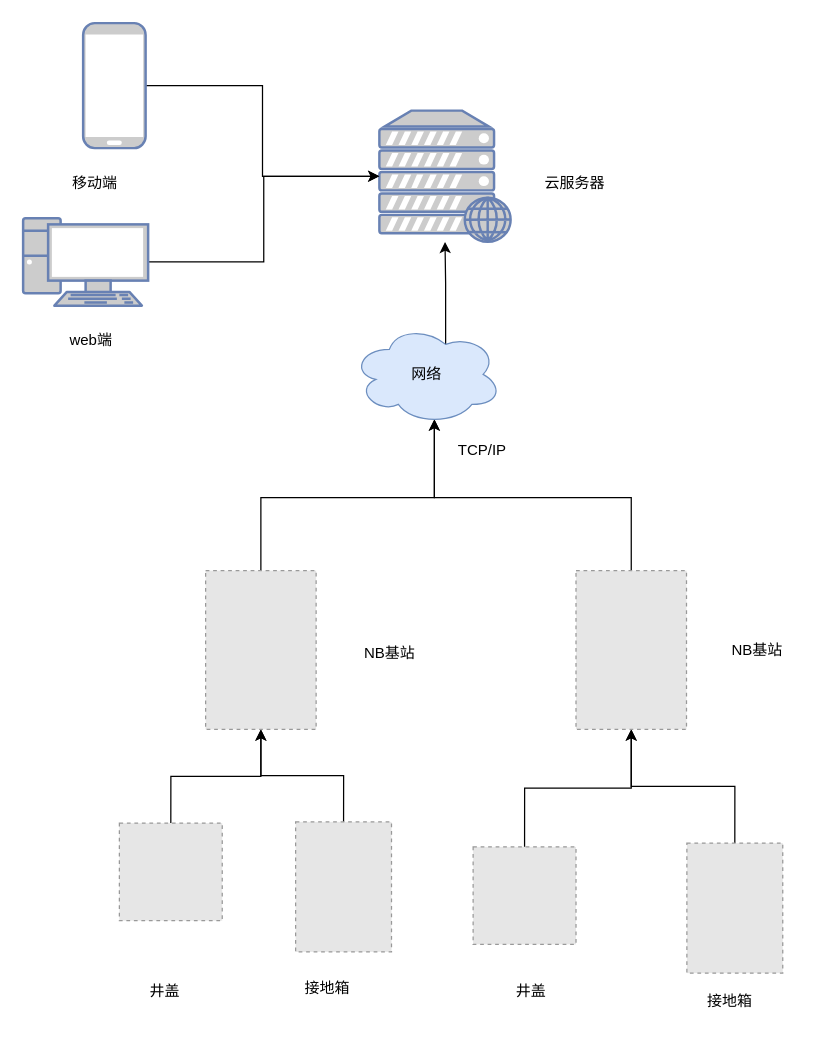
Before: page "拓扑图" (2 of 3) of 模块.drawio in viking-wj/software, a draw.io diagram. Source tidied: cells renumbered, new cells numbered last; positions are measured from the earlier drawing's top-left corner, leaving out a move shared by most shapes. Both pictures are drawn from the tidied source at 125%, with x=0, y=0 at pixel (22, 22). Pictures stored in the file or linked from it are replaced by grey dashed boxes.
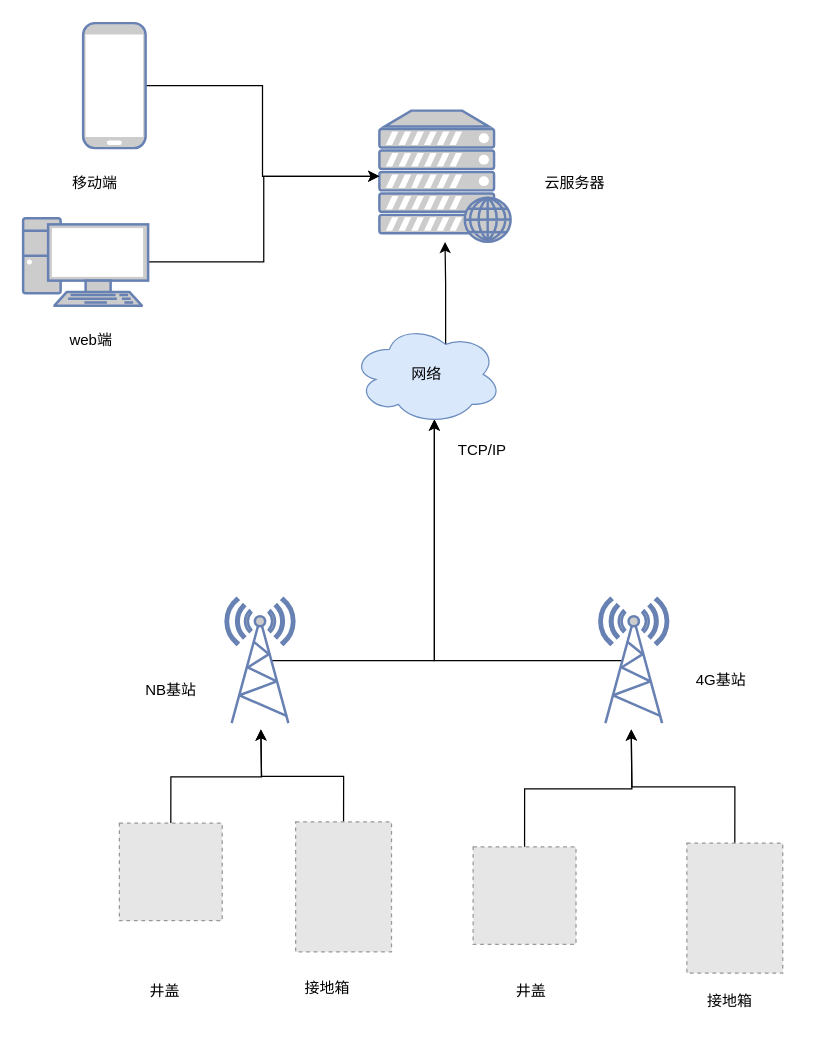
After the change.

Unchanged cells that the change refers to:
```xml
<mxCell id="3" style="fillColor=#E6E6E6;strokeColor=#999999;dashed=1;verticalLabelPosition=bottom;labelBackgroundColor=default;verticalAlign=top;" parent="1" vertex="1">
  <mxGeometry x="77" y="640" width="82.3" height="78" as="geometry" />
</mxCell>
<mxCell id="5" style="fillColor=#E6E6E6;strokeColor=#999999;dashed=1;verticalLabelPosition=bottom;labelBackgroundColor=default;verticalAlign=top;" parent="1" vertex="1">
  <mxGeometry x="218" y="639" width="76.7" height="104" as="geometry" />
</mxCell>
<mxCell id="9" style="fillColor=#E6E6E6;strokeColor=#999999;dashed=1;verticalLabelPosition=bottom;labelBackgroundColor=default;verticalAlign=top;" parent="1" vertex="1">
  <mxGeometry x="360" y="659" width="82.3" height="78" as="geometry" />
</mxCell>
<mxCell id="11" style="fillColor=#E6E6E6;strokeColor=#999999;dashed=1;verticalLabelPosition=bottom;labelBackgroundColor=default;verticalAlign=top;" parent="1" vertex="1">
  <mxGeometry x="531" y="656" width="76.7" height="104" as="geometry" />
</mxCell>
<mxCell id="15" value="网络" style="ellipse;shape=cloud;whiteSpace=wrap;html=1;fillColor=#dae8fc;strokeColor=#6c8ebf;" parent="1" vertex="1">
  <mxGeometry x="263" y="241" width="120" height="80" as="geometry" />
</mxCell>
```

What changed in the source:
```diff
@@
-    <mxCell id="2" style="edgeStyle=orthogonalEdgeStyle;rounded=0;jettySize=auto;html=1;exitX=0.5;exitY=0;exitDx=0;exitDy=0;entryX=0.5;entryY=1;entryDx=0;entryDy=0;" parent="1" edge="1" source="3" target="7">
-      <mxGeometry relative="1" as="geometry" />
+    <mxCell id="2" style="edgeStyle=orthogonalEdgeStyle;rounded=0;jettySize=auto;html=1;exitX=0.5;exitY=0;exitDx=0;exitDy=0;entryX=0.5;entryY=1;entryDx=0;entryDy=0;" parent="1" edge="1" source="3">
+      <mxGeometry relative="1" as="geometry">
+        <mxPoint x="190.2" y="565" as="targetPoint" />
+      </mxGeometry>
     </mxCell>
@@
-    <mxCell id="4" style="edgeStyle=orthogonalEdgeStyle;rounded=0;jettySize=auto;html=1;exitX=0.5;exitY=0;exitDx=0;exitDy=0;" parent="1" edge="1" source="5" target="7">
-      <mxGeometry relative="1" as="geometry" />
+    <mxCell id="4" style="edgeStyle=orthogonalEdgeStyle;rounded=0;jettySize=auto;html=1;exitX=0.5;exitY=0;exitDx=0;exitDy=0;" parent="1" edge="1" source="5">
+      <mxGeometry relative="1" as="geometry">
+        <mxPoint x="190.2" y="565" as="targetPoint" />
+      </mxGeometry>
     </mxCell>
@@
-    <mxCell id="6" style="edgeStyle=orthogonalEdgeStyle;rounded=0;jettySize=auto;html=1;exitX=0.5;exitY=0;exitDx=0;exitDy=0;entryX=0.55;entryY=0.95;entryDx=0;entryDy=0;entryPerimeter=0;" parent="1" edge="1" source="7" target="15">
+    <mxCell id="6" style="edgeStyle=orthogonalEdgeStyle;rounded=0;jettySize=auto;html=1;exitX=0.67;exitY=0.5;exitDx=0;exitDy=0;entryX=0.55;entryY=0.95;entryDx=0;entryDy=0;entryPerimeter=0;exitPerimeter=0;" parent="1" edge="1" source="31" target="15">
       <mxGeometry relative="1" as="geometry" />
     </mxCell>
-    <mxCell id="7" style="fillColor=#E6E6E6;strokeColor=#999999;dashed=1;verticalLabelPosition=bottom;labelBackgroundColor=default;verticalAlign=top;" parent="1" vertex="1">
-      <mxGeometry x="146" y="438" width="88.4" height="127" as="geometry" />
-    </mxCell>
-    <mxCell id="8" style="edgeStyle=orthogonalEdgeStyle;rounded=0;jettySize=auto;html=1;exitX=0.5;exitY=0;exitDx=0;exitDy=0;entryX=0.5;entryY=1;entryDx=0;entryDy=0;" parent="1" edge="1" source="9" target="13">
-      <mxGeometry relative="1" as="geometry" />
+    <mxCell id="8" style="edgeStyle=orthogonalEdgeStyle;rounded=0;jettySize=auto;html=1;exitX=0.5;exitY=0;exitDx=0;exitDy=0;entryX=0.5;entryY=1;entryDx=0;entryDy=0;" parent="1" edge="1" source="9">
+      <mxGeometry relative="1" as="geometry">
+        <mxPoint x="486.5" y="565" as="targetPoint" />
+      </mxGeometry>
     </mxCell>
@@
-    <mxCell id="10" style="edgeStyle=orthogonalEdgeStyle;rounded=0;jettySize=auto;html=1;exitX=0.5;exitY=0;exitDx=0;exitDy=0;entryX=0.5;entryY=1;entryDx=0;entryDy=0;" parent="1" edge="1" source="11" target="13">
-      <mxGeometry relative="1" as="geometry" />
+    <mxCell id="10" style="edgeStyle=orthogonalEdgeStyle;rounded=0;jettySize=auto;html=1;exitX=0.5;exitY=0;exitDx=0;exitDy=0;entryX=0.5;entryY=1;entryDx=0;entryDy=0;" parent="1" edge="1" source="11">
+      <mxGeometry relative="1" as="geometry">
+        <mxPoint x="486.5" y="565" as="targetPoint" />
+      </mxGeometry>
     </mxCell>
@@
-    <mxCell id="12" style="edgeStyle=orthogonalEdgeStyle;rounded=0;jettySize=auto;html=1;exitX=0.5;exitY=0;exitDx=0;exitDy=0;entryX=0.55;entryY=0.95;entryDx=0;entryDy=0;entryPerimeter=0;" parent="1" edge="1" source="13" target="15">
+    <mxCell id="12" style="edgeStyle=orthogonalEdgeStyle;rounded=0;jettySize=auto;html=1;entryX=0.55;entryY=0.95;entryDx=0;entryDy=0;entryPerimeter=0;exitX=0.33;exitY=0.5;exitDx=0;exitDy=0;exitPerimeter=0;" parent="1" edge="1" source="32" target="15">
       <mxGeometry relative="1" as="geometry" />
     </mxCell>
-    <mxCell id="13" style="fillColor=#E6E6E6;strokeColor=#999999;dashed=1;verticalLabelPosition=bottom;labelBackgroundColor=default;verticalAlign=top;" parent="1" vertex="1">
-      <mxGeometry x="442.3" y="438" width="88.4" height="127" as="geometry" />
-    </mxCell>
@@
     <mxCell id="21" value="NB基站" style="text;html=1;align=center;verticalAlign=middle;strokeColor=none;fillColor=none;" parent="1" vertex="1">
-      <mxGeometry x="263" y="491" width="59" height="26" as="geometry" />
+      <mxGeometry x="88.7" y="521" width="59" height="26" as="geometry" />
     </mxCell>
-    <mxCell id="22" value="NB基站" style="text;html=1;align=center;verticalAlign=middle;strokeColor=none;fillColor=none;" parent="1" vertex="1">
-      <mxGeometry x="557" y="488.5" width="59" height="26" as="geometry" />
+    <mxCell id="22" value="4G基站" style="text;html=1;align=center;verticalAlign=middle;strokeColor=none;fillColor=none;" parent="1" vertex="1">
+      <mxGeometry x="529" y="513" width="58" height="26" as="geometry" />
     </mxCell>
@@
+    <mxCell id="31" style="fontColor=#0066CC;verticalAlign=top;verticalLabelPosition=bottom;labelPosition=center;align=center;html=1;outlineConnect=0;fillColor=#CCCCCC;strokeColor=#6881B3;gradientColor=none;gradientDirection=north;strokeWidth=2;shape=mxgraph.networks.radio_tower;" parent="1" vertex="1">
+      <mxGeometry x="162" y="460" width="55" height="100" as="geometry" />
+    </mxCell>
+    <mxCell id="32" style="fontColor=#0066CC;verticalAlign=top;verticalLabelPosition=bottom;labelPosition=center;align=center;html=1;outlineConnect=0;fillColor=#CCCCCC;strokeColor=#6881B3;gradientColor=none;gradientDirection=north;strokeWidth=2;shape=mxgraph.networks.radio_tower;" parent="1" vertex="1">
+      <mxGeometry x="461" y="460" width="55" height="100" as="geometry" />
+    </mxCell>
```
